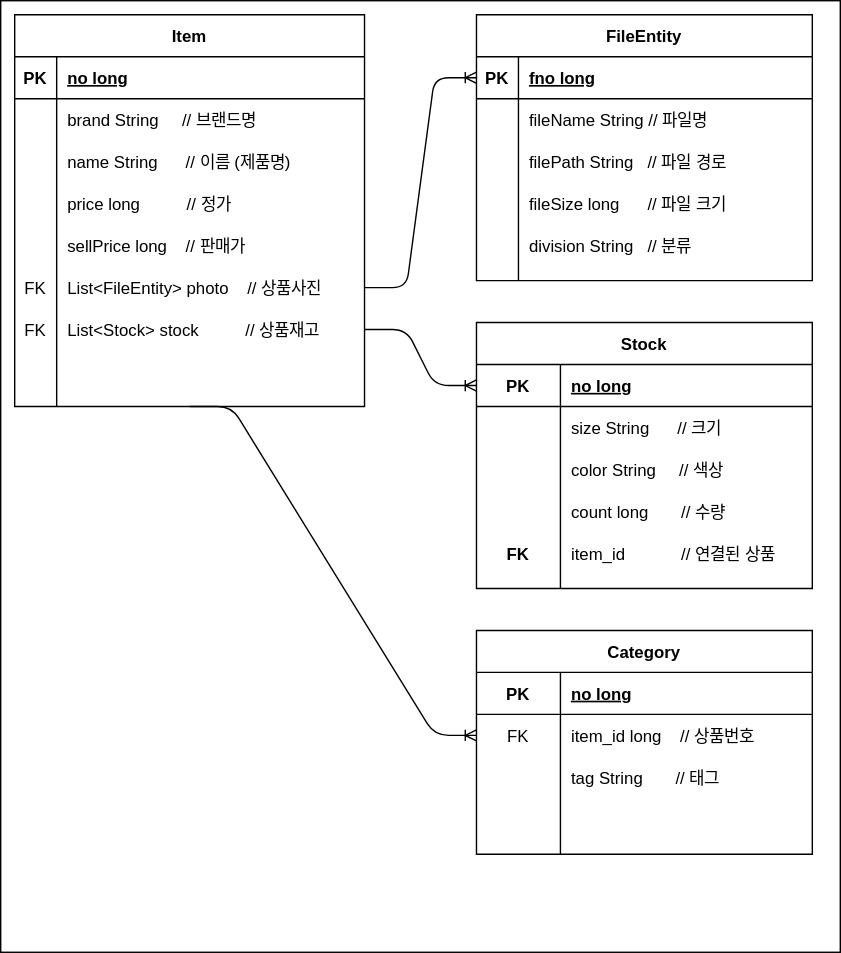
This is mydb.svg from leesj8115/CloneProject, a draw.io export, as it was before one commit. Source tidied: cells renumbered, new cells last; positions are measured from the earlier drawing's top-left corner, leaving out a move shared by most shapes.
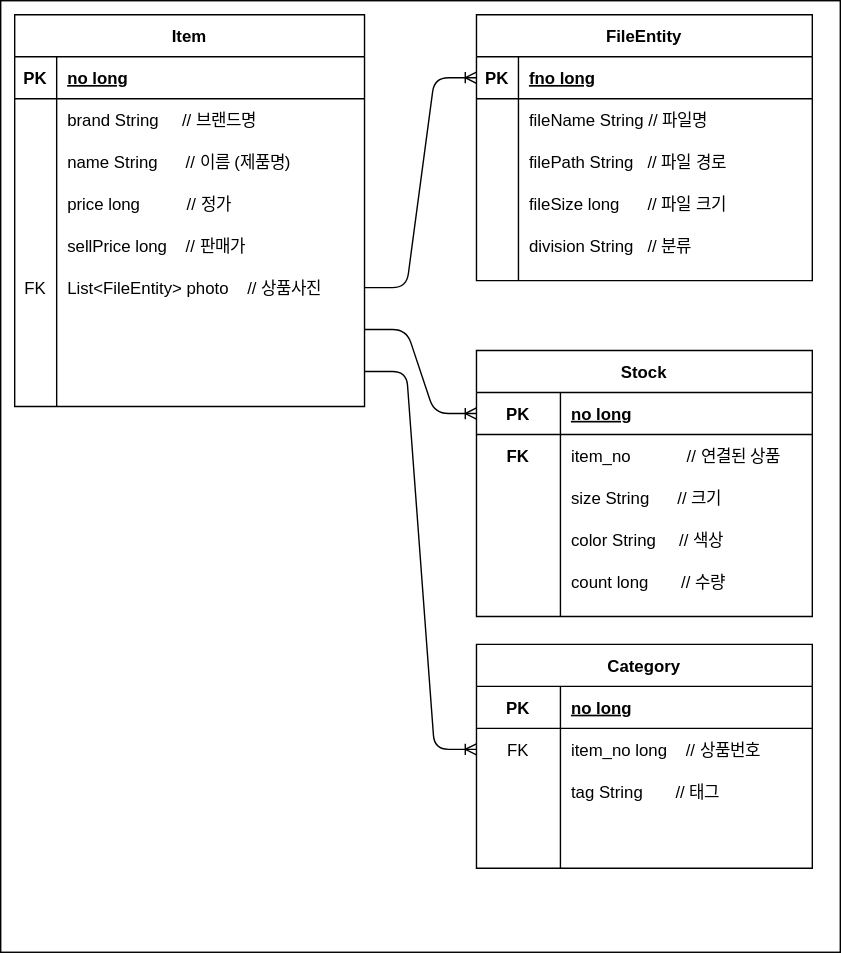
After the change.

Change to the diagram source:
```diff
@@ -65,10 +65,10 @@
     <mxCell id="22" style="shape=partialRectangle;fillColor=none;points=[[0,0.5],[1,0.5]];portConstraint=eastwest;top=0;left=0;right=0;bottom=0;" parent="3" vertex="1">
       <mxGeometry y="210" width="250" height="30" as="geometry" />
     </mxCell>
-    <mxCell id="23" value="FK" style="shape=partialRectangle;overflow=hidden;fillColor=none;top=0;left=0;bottom=0;right=0;" parent="22" vertex="1">
+    <mxCell id="23" style="shape=partialRectangle;overflow=hidden;fillColor=none;top=0;left=0;bottom=0;right=0;" parent="22" vertex="1">
       <mxGeometry width="30" height="30" as="geometry" />
     </mxCell>
-    <mxCell id="24" value="List&lt;Stock&gt; stock          // 상품재고" style="shape=partialRectangle;overflow=hidden;fillColor=none;top=0;left=0;bottom=0;right=0;align=left;spacingLeft=6;" parent="22" vertex="1">
+    <mxCell id="24" style="shape=partialRectangle;overflow=hidden;fillColor=none;top=0;left=0;bottom=0;right=0;align=left;spacingLeft=6;" parent="22" vertex="1">
       <mxGeometry x="30" width="220" height="30" as="geometry" />
     </mxCell>
     <mxCell id="25" style="shape=partialRectangle;fillColor=none;points=[[0,0.5],[1,0.5]];portConstraint=eastwest;top=0;left=0;right=0;bottom=0;" parent="3" vertex="1">
@@ -132,7 +132,7 @@
       <mxGeometry relative="1" as="geometry" />
     </mxCell>
     <mxCell id="45" value="Stock" style="shape=table;startSize=30;rowLines=0;fontStyle=1;align=center;" parent="1" vertex="1">
-      <mxGeometry x="340" y="230" width="240" height="190" as="geometry" />
+      <mxGeometry x="340" y="250" width="240" height="190" as="geometry" />
     </mxCell>
     <mxCell id="46" style="shape=partialRectangle;fillColor=none;top=0;left=0;bottom=1;right=0;points=[[0,0.5],[1,0.5]];portConstraint=eastwest;" parent="45" vertex="1">
       <mxGeometry y="30" width="240" height="30" as="geometry" />
@@ -143,8 +143,17 @@
     <mxCell id="48" value="no long" style="shape=partialRectangle;fillColor=none;top=0;left=0;bottom=0;right=0;align=left;spacingLeft=6;fontStyle=5;overflow=hidden;" parent="46" vertex="1">
       <mxGeometry x="60" width="180" height="30" as="geometry" />
     </mxCell>
+    <mxCell id="58" style="shape=partialRectangle;fillColor=none;top=0;left=0;bottom=0;right=0;" parent="45" vertex="1">
+      <mxGeometry y="60" width="240" height="30" as="geometry" />
+    </mxCell>
+    <mxCell id="59" value="FK" style="shape=partialRectangle;fillColor=none;top=0;left=0;bottom=0;right=0;overflow=hidden;fontStyle=1;" parent="58" vertex="1">
+      <mxGeometry width="60" height="30" as="geometry" />
+    </mxCell>
+    <mxCell id="60" value="item_no            // 연결된 상품" style="shape=partialRectangle;fillColor=none;top=0;left=0;bottom=0;right=0;align=left;spacingLeft=6;overflow=hidden;" parent="58" vertex="1">
+      <mxGeometry x="60" width="180" height="30" as="geometry" />
+    </mxCell>
     <mxCell id="49" style="shape=partialRectangle;fillColor=none;top=0;left=0;bottom=0;right=0;" parent="45" vertex="1">
-      <mxGeometry y="60" width="240" height="30" as="geometry" />
+      <mxGeometry y="90" width="240" height="30" as="geometry" />
     </mxCell>
     <mxCell id="50" style="shape=partialRectangle;fillColor=none;top=0;left=0;bottom=0;right=0;overflow=hidden;" parent="49" vertex="1">
       <mxGeometry width="60" height="30" as="geometry" />
@@ -153,7 +162,7 @@
       <mxGeometry x="60" width="180" height="30" as="geometry" />
     </mxCell>
     <mxCell id="52" style="shape=partialRectangle;fillColor=none;top=0;left=0;bottom=0;right=0;" parent="45" vertex="1">
-      <mxGeometry y="90" width="240" height="30" as="geometry" />
+      <mxGeometry y="120" width="240" height="30" as="geometry" />
     </mxCell>
     <mxCell id="53" style="shape=partialRectangle;fillColor=none;top=0;left=0;bottom=0;right=0;overflow=hidden;" parent="52" vertex="1">
       <mxGeometry width="60" height="30" as="geometry" />
@@ -162,7 +171,7 @@
       <mxGeometry x="60" width="180" height="30" as="geometry" />
     </mxCell>
     <mxCell id="55" style="shape=partialRectangle;fillColor=none;top=0;left=0;bottom=0;right=0;" parent="45" vertex="1">
-      <mxGeometry y="120" width="240" height="30" as="geometry" />
+      <mxGeometry y="150" width="240" height="30" as="geometry" />
     </mxCell>
     <mxCell id="56" style="shape=partialRectangle;fillColor=none;top=0;left=0;bottom=0;right=0;overflow=hidden;" parent="55" vertex="1">
       <mxGeometry width="60" height="30" as="geometry" />
@@ -170,17 +179,8 @@
     <mxCell id="57" value="count long       // 수량" style="shape=partialRectangle;fillColor=none;top=0;left=0;bottom=0;right=0;align=left;spacingLeft=6;overflow=hidden;" parent="55" vertex="1">
       <mxGeometry x="60" width="180" height="30" as="geometry" />
     </mxCell>
-    <mxCell id="58" style="shape=partialRectangle;fillColor=none;top=0;left=0;bottom=0;right=0;" parent="45" vertex="1">
-      <mxGeometry y="150" width="240" height="30" as="geometry" />
-    </mxCell>
-    <mxCell id="59" value="FK" style="shape=partialRectangle;fillColor=none;top=0;left=0;bottom=0;right=0;overflow=hidden;fontStyle=1;" parent="58" vertex="1">
-      <mxGeometry width="60" height="30" as="geometry" />
-    </mxCell>
-    <mxCell id="60" value="item_id            // 연결된 상품" style="shape=partialRectangle;fillColor=none;top=0;left=0;bottom=0;right=0;align=left;spacingLeft=6;overflow=hidden;" parent="58" vertex="1">
-      <mxGeometry x="60" width="180" height="30" as="geometry" />
-    </mxCell>
     <mxCell id="61" value="Category" style="shape=table;startSize=30;rowLines=0;fontStyle=1;align=center;" parent="1" vertex="1">
-      <mxGeometry x="340" y="450" width="240" height="160" as="geometry" />
+      <mxGeometry x="340" y="460" width="240" height="160" as="geometry" />
     </mxCell>
     <mxCell id="62" style="shape=partialRectangle;fillColor=none;top=0;left=0;bottom=1;right=0;" parent="61" vertex="1">
       <mxGeometry y="30" width="240" height="30" as="geometry" />
@@ -197,7 +197,7 @@
     <mxCell id="66" value="FK" style="shape=partialRectangle;fillColor=none;top=0;left=0;bottom=0;right=0;overflow=hidden;" parent="65" vertex="1">
       <mxGeometry width="60" height="30" as="geometry" />
     </mxCell>
-    <mxCell id="67" value="item_id long    // 상품번호" style="shape=partialRectangle;fillColor=none;top=0;left=0;bottom=0;right=0;align=left;spacingLeft=6;overflow=hidden;" parent="65" vertex="1">
+    <mxCell id="67" value="item_no long    // 상품번호" style="shape=partialRectangle;fillColor=none;top=0;left=0;bottom=0;right=0;align=left;spacingLeft=6;overflow=hidden;" parent="65" vertex="1">
       <mxGeometry x="60" width="180" height="30" as="geometry" />
     </mxCell>
     <mxCell id="68" style="shape=partialRectangle;fillColor=none;top=0;left=0;bottom=0;right=0;" parent="61" vertex="1">
@@ -221,7 +221,7 @@
     <mxCell id="74" style="edgeStyle=entityRelationEdgeStyle;fontSize=12;html=1;endArrow=ERoneToMany;exitX=1;exitY=0.5;exitDx=0;exitDy=0;entryX=0;entryY=0.5;entryDx=0;entryDy=0;" parent="1" edge="1" source="22" target="46">
       <mxGeometry relative="1" as="geometry" />
     </mxCell>
-    <mxCell id="75" style="edgeStyle=entityRelationEdgeStyle;fontSize=12;html=1;endArrow=ERoneToMany;exitX=0.5;exitY=1;exitDx=0;exitDy=0;entryX=0;entryY=0.5;entryDx=0;entryDy=0;" parent="1" edge="1" source="3" target="65">
+    <mxCell id="75" style="edgeStyle=entityRelationEdgeStyle;fontSize=12;html=1;endArrow=ERoneToMany;exitX=1;exitY=0.5;exitDx=0;exitDy=0;entryX=0;entryY=0.5;entryDx=0;entryDy=0;" parent="1" edge="1" source="25" target="65">
       <mxGeometry relative="1" as="geometry" />
     </mxCell>
   </root>
```
